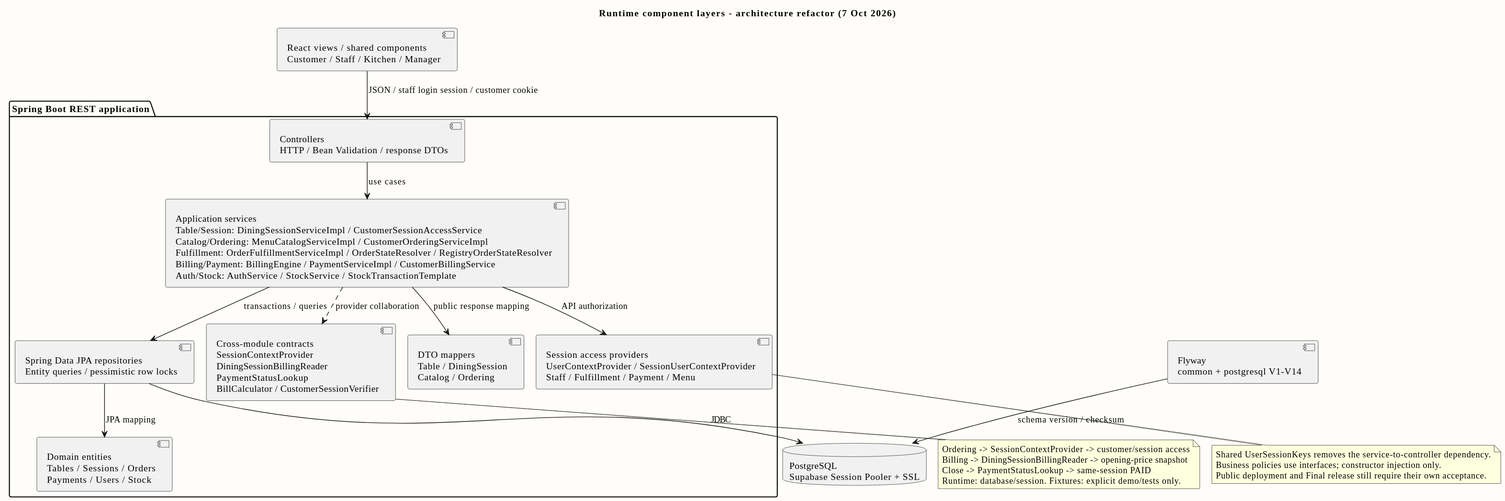
Earlier version of the PlantUML export doc/diagrams/previews/component.svg (PavaritPramual/buffet-restaurant-management-system).
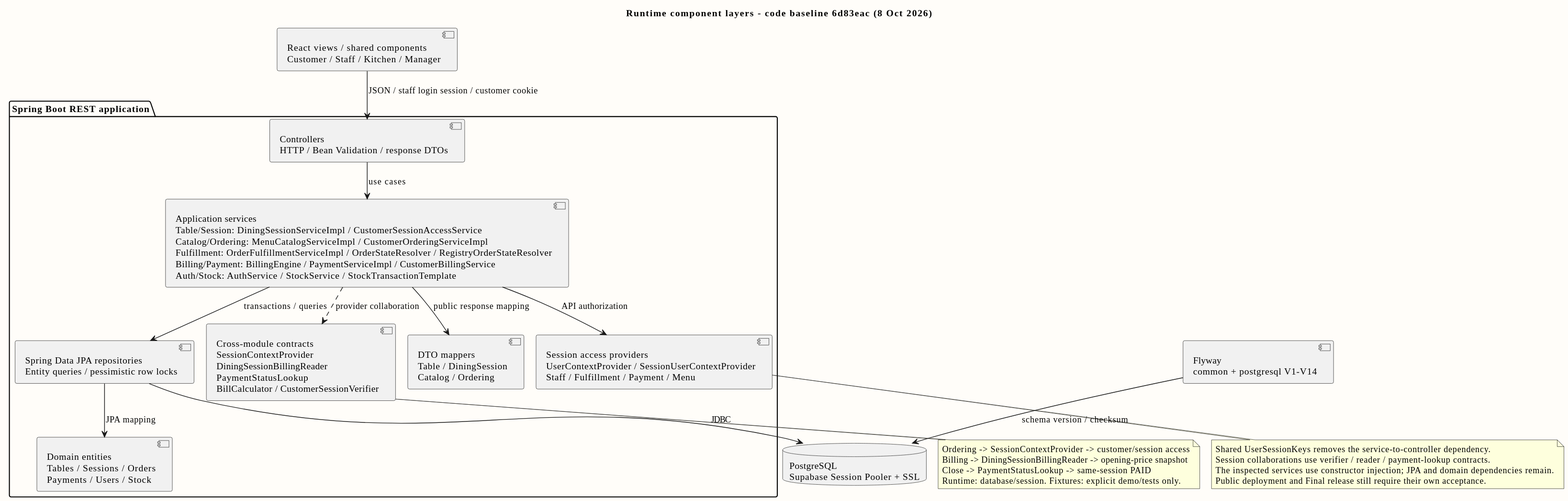
The same file after the commit.

Commit message:
docs: reconcile Pavarit module diagrams with merged code

The edit, as a diff of the source:
```diff
@@ -3,7 +3,7 @@
 skinparam shadowing false
 skinparam backgroundColor #FFFDF9
 skinparam defaultFontName Tahoma
-title Runtime component layers - architecture refactor (7 Oct 2026)
+title Runtime component layers - code baseline 6d83eac (8 Oct 2026)
 top to bottom direction
 component "React views / shared components\nCustomer / Staff / Kitchen / Manager" as Web
 package "Spring Boot REST application" {
@@ -34,7 +34,8 @@
 end note
 note bottom of Auth
  Shared UserSessionKeys removes the service-to-controller dependency.
- Business policies use interfaces; constructor injection only.
+ Session collaborations use verifier / reader / payment-lookup contracts.
+ The inspected services use constructor injection; JPA and domain dependencies remain.
  Public deployment and Final release still require their own acceptance.
 end note
 @enduml
```
